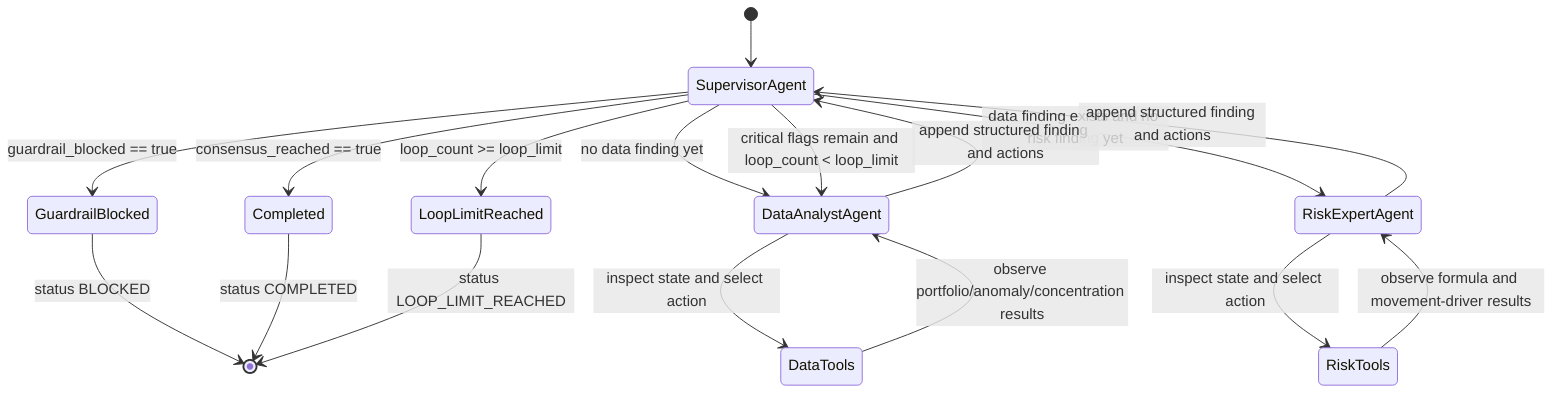
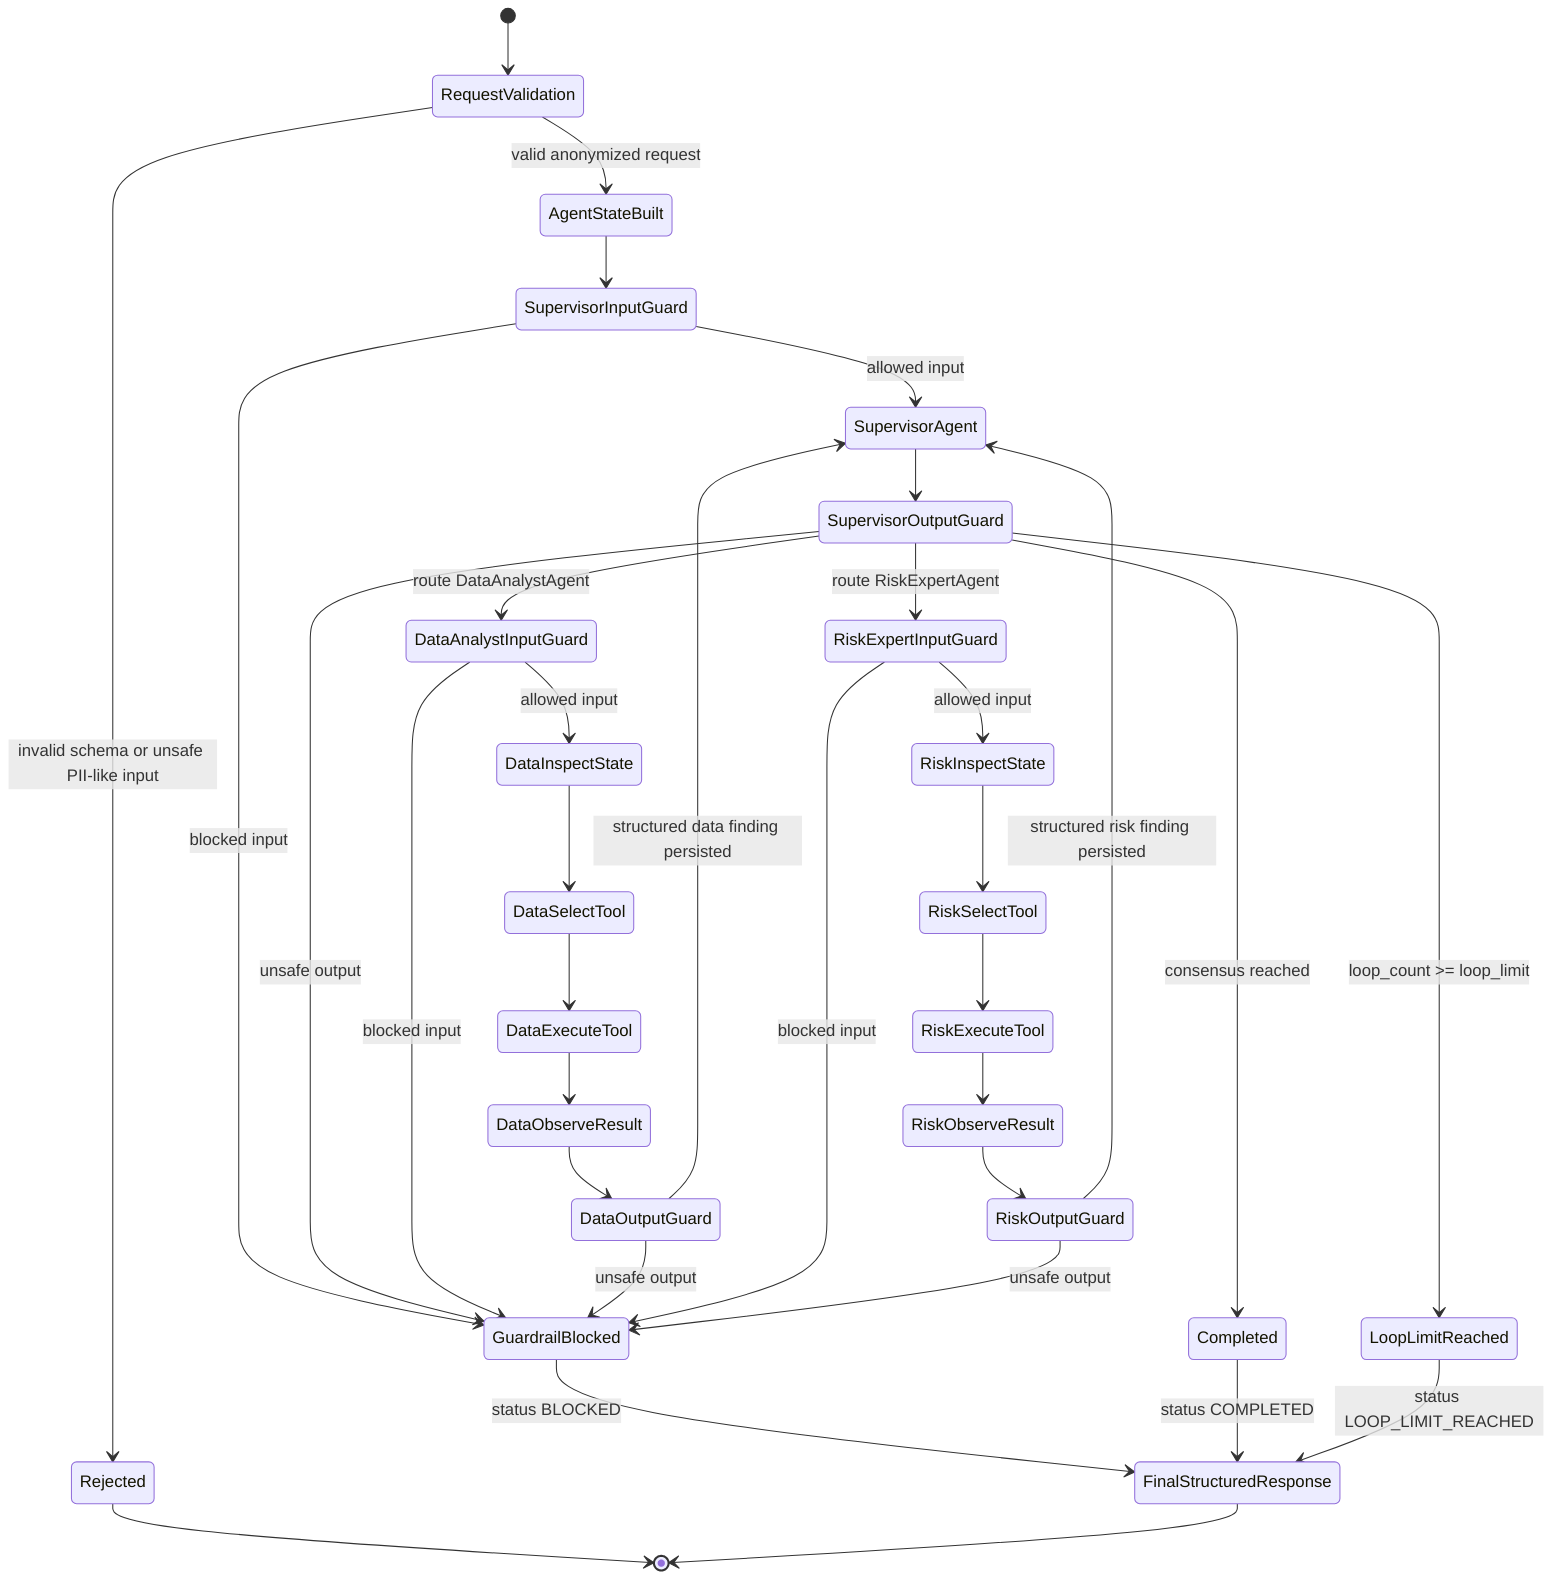
stateDiagram-v2
-     [*] --> SupervisorAgent
+     [*] --> RequestValidation
+     RequestValidation --> Rejected: invalid schema or unsafe PII-like input
+     RequestValidation --> AgentStateBuilt: valid anonymized request
+     AgentStateBuilt --> SupervisorInputGuard

-     SupervisorAgent --> GuardrailBlocked: guardrail_blocked == true
-     SupervisorAgent --> DataAnalystAgent: no data finding yet
-     SupervisorAgent --> RiskExpertAgent: data finding exists and no risk finding yet
-     SupervisorAgent --> DataAnalystAgent: critical flags remain and loop_count < loop_limit
-     SupervisorAgent --> Completed: consensus_reached == true
-     SupervisorAgent --> LoopLimitReached: loop_count >= loop_limit
+     SupervisorInputGuard --> GuardrailBlocked: blocked input
+     SupervisorInputGuard --> SupervisorAgent: allowed input
+     SupervisorAgent --> SupervisorOutputGuard
+     SupervisorOutputGuard --> GuardrailBlocked: unsafe output
+     SupervisorOutputGuard --> DataAnalystInputGuard: route DataAnalystAgent
+     SupervisorOutputGuard --> RiskExpertInputGuard: route RiskExpertAgent
+     SupervisorOutputGuard --> Completed: consensus reached
+     SupervisorOutputGuard --> LoopLimitReached: loop_count >= loop_limit

-     DataAnalystAgent --> DataTools: inspect state and select action
-     DataTools --> DataAnalystAgent: observe portfolio/anomaly/concentration results
-     DataAnalystAgent --> SupervisorAgent: append structured finding and actions
+     DataAnalystInputGuard --> GuardrailBlocked: blocked input
+     DataAnalystInputGuard --> DataInspectState: allowed input
+     DataInspectState --> DataSelectTool
+     DataSelectTool --> DataExecuteTool
+     DataExecuteTool --> DataObserveResult
+     DataObserveResult --> DataOutputGuard
+     DataOutputGuard --> GuardrailBlocked: unsafe output
+     DataOutputGuard --> SupervisorAgent: structured data finding persisted

-     RiskExpertAgent --> RiskTools: inspect state and select action
-     RiskTools --> RiskExpertAgent: observe formula and movement-driver results
-     RiskExpertAgent --> SupervisorAgent: append structured finding and actions
+     RiskExpertInputGuard --> GuardrailBlocked: blocked input
+     RiskExpertInputGuard --> RiskInspectState: allowed input
+     RiskInspectState --> RiskSelectTool
+     RiskSelectTool --> RiskExecuteTool
+     RiskExecuteTool --> RiskObserveResult
+     RiskObserveResult --> RiskOutputGuard
+     RiskOutputGuard --> GuardrailBlocked: unsafe output
+     RiskOutputGuard --> SupervisorAgent: structured risk finding persisted

-     GuardrailBlocked --> [*]: status BLOCKED
-     Completed --> [*]: status COMPLETED
-     LoopLimitReached --> [*]: status LOOP_LIMIT_REACHED
+     GuardrailBlocked --> FinalStructuredResponse: status BLOCKED
+     Completed --> FinalStructuredResponse: status COMPLETED
+     LoopLimitReached --> FinalStructuredResponse: status LOOP_LIMIT_REACHED
+     Rejected --> [*]
+     FinalStructuredResponse --> [*]
